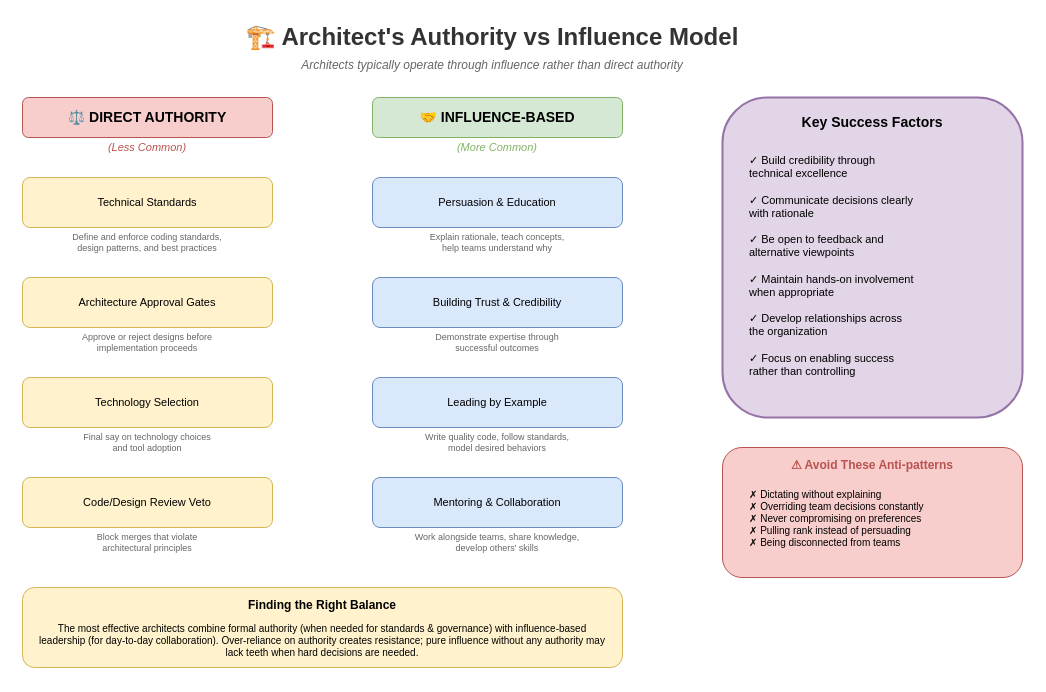
Above: lesson-00-software-architect-overview/02-organizational-positioning/2.6-authority-vs-influence.drawio in MrParkerZ7/document-lesson-software-architect-x-claude (draw.io), before the change. Source tidied: cells renumbered, new cells numbered last; positions are measured from the earlier drawing's top-left corner, leaving out a move shared by most shapes. Both pictures are drawn from the tidied source at 100%, with x=0, y=0 at pixel (22, 17).
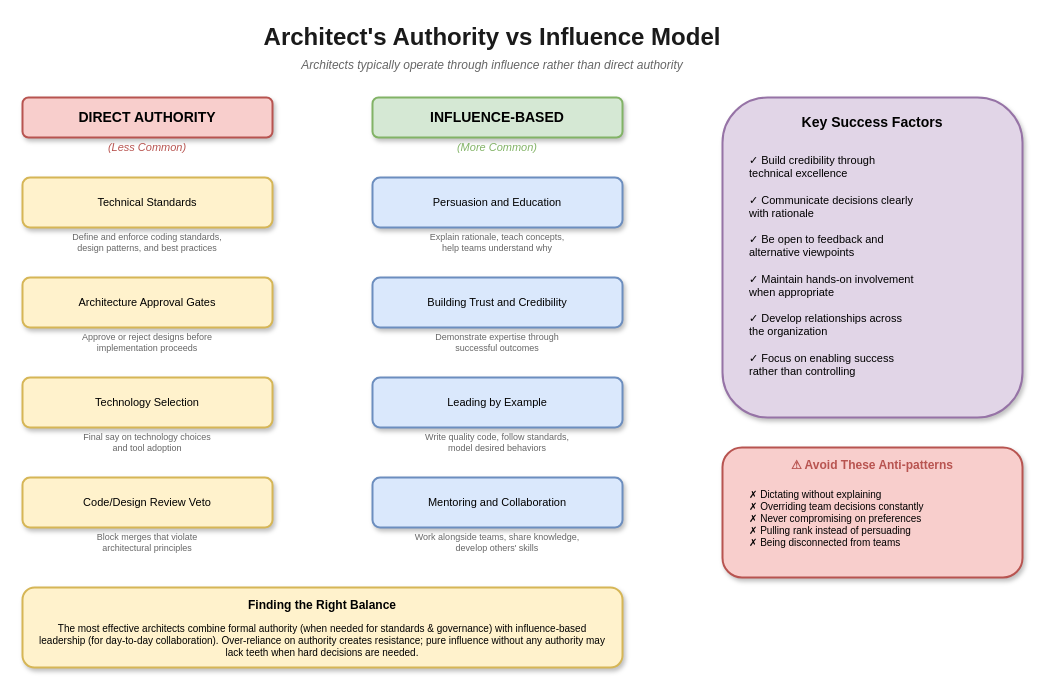
The same page after the edit.

Diff of the diagram source:
```diff
@@
-    <mxCell id="2" value="🏗️ Architect's Authority vs Influence Model" style="text;html=1;strokeColor=none;fillColor=none;align=center;verticalAlign=middle;whiteSpace=wrap;rounded=0;fontSize=24;fontStyle=1;fontColor=#333333;" parent="1" vertex="1">
+    <mxCell id="2" value="Architect's Authority vs Influence Model" style="text;html=1;strokeColor=none;fillColor=none;align=center;verticalAlign=middle;whiteSpace=wrap;rounded=0;fontSize=24;fontStyle=1;fontColor=#1a1a1a;" parent="1" vertex="1">
       <mxGeometry x="220" width="500" height="40" as="geometry" />
     </mxCell>
@@
-    <mxCell id="4" value="⚖️ DIRECT AUTHORITY" style="rounded=1;whiteSpace=wrap;html=1;fillColor=#f8cecc;strokeColor=#b85450;fontSize=14;fontStyle=1;" parent="1" vertex="1">
+    <mxCell id="4" value="DIRECT AUTHORITY" style="rounded=1;whiteSpace=wrap;html=1;fillColor=#f8cecc;strokeColor=#b85450;fontSize=14;fontStyle=1;shadow=1;strokeWidth=2;" parent="1" vertex="1">
       <mxGeometry y="80" width="250" height="40" as="geometry" />
     </mxCell>
@@
-    <mxCell id="6" value="Technical Standards" style="rounded=1;whiteSpace=wrap;html=1;fillColor=#fff2cc;strokeColor=#d6b656;fontSize=11;" parent="1" vertex="1">
+    <mxCell id="6" value="Technical Standards" style="rounded=1;whiteSpace=wrap;html=1;fillColor=#fff2cc;strokeColor=#d6b656;fontSize=11;shadow=1;strokeWidth=2;" parent="1" vertex="1">
       <mxGeometry y="160" width="250" height="50" as="geometry" />
     </mxCell>
@@
-    <mxCell id="8" value="Architecture Approval Gates" style="rounded=1;whiteSpace=wrap;html=1;fillColor=#fff2cc;strokeColor=#d6b656;fontSize=11;" parent="1" vertex="1">
+    <mxCell id="8" value="Architecture Approval Gates" style="rounded=1;whiteSpace=wrap;html=1;fillColor=#fff2cc;strokeColor=#d6b656;fontSize=11;shadow=1;strokeWidth=2;" parent="1" vertex="1">
       <mxGeometry y="260" width="250" height="50" as="geometry" />
     </mxCell>
@@
-    <mxCell id="10" value="Technology Selection" style="rounded=1;whiteSpace=wrap;html=1;fillColor=#fff2cc;strokeColor=#d6b656;fontSize=11;" parent="1" vertex="1">
+    <mxCell id="10" value="Technology Selection" style="rounded=1;whiteSpace=wrap;html=1;fillColor=#fff2cc;strokeColor=#d6b656;fontSize=11;shadow=1;strokeWidth=2;" parent="1" vertex="1">
       <mxGeometry y="360" width="250" height="50" as="geometry" />
     </mxCell>
@@
-    <mxCell id="12" value="Code/Design Review Veto" style="rounded=1;whiteSpace=wrap;html=1;fillColor=#fff2cc;strokeColor=#d6b656;fontSize=11;" parent="1" vertex="1">
+    <mxCell id="12" value="Code/Design Review Veto" style="rounded=1;whiteSpace=wrap;html=1;fillColor=#fff2cc;strokeColor=#d6b656;fontSize=11;shadow=1;strokeWidth=2;" parent="1" vertex="1">
       <mxGeometry y="460" width="250" height="50" as="geometry" />
     </mxCell>
@@
-    <mxCell id="14" value="🤝 INFLUENCE-BASED" style="rounded=1;whiteSpace=wrap;html=1;fillColor=#d5e8d4;strokeColor=#82b366;fontSize=14;fontStyle=1;" parent="1" vertex="1">
+    <mxCell id="14" value="INFLUENCE-BASED" style="rounded=1;whiteSpace=wrap;html=1;fillColor=#d5e8d4;strokeColor=#82b366;fontSize=14;fontStyle=1;shadow=1;strokeWidth=2;" parent="1" vertex="1">
       <mxGeometry x="350" y="80" width="250" height="40" as="geometry" />
     </mxCell>
@@
-    <mxCell id="16" value="Persuasion &amp; Education" style="rounded=1;whiteSpace=wrap;html=1;fillColor=#dae8fc;strokeColor=#6c8ebf;fontSize=11;" parent="1" vertex="1">
+    <mxCell id="16" value="Persuasion and Education" style="rounded=1;whiteSpace=wrap;html=1;fillColor=#dae8fc;strokeColor=#6c8ebf;fontSize=11;shadow=1;strokeWidth=2;" parent="1" vertex="1">
       <mxGeometry x="350" y="160" width="250" height="50" as="geometry" />
     </mxCell>
@@
-    <mxCell id="18" value="Building Trust &amp; Credibility" style="rounded=1;whiteSpace=wrap;html=1;fillColor=#dae8fc;strokeColor=#6c8ebf;fontSize=11;" parent="1" vertex="1">
+    <mxCell id="18" value="Building Trust and Credibility" style="rounded=1;whiteSpace=wrap;html=1;fillColor=#dae8fc;strokeColor=#6c8ebf;fontSize=11;shadow=1;strokeWidth=2;" parent="1" vertex="1">
       <mxGeometry x="350" y="260" width="250" height="50" as="geometry" />
     </mxCell>
@@
-    <mxCell id="20" value="Leading by Example" style="rounded=1;whiteSpace=wrap;html=1;fillColor=#dae8fc;strokeColor=#6c8ebf;fontSize=11;" parent="1" vertex="1">
+    <mxCell id="20" value="Leading by Example" style="rounded=1;whiteSpace=wrap;html=1;fillColor=#dae8fc;strokeColor=#6c8ebf;fontSize=11;shadow=1;strokeWidth=2;" parent="1" vertex="1">
       <mxGeometry x="350" y="360" width="250" height="50" as="geometry" />
     </mxCell>
@@
-    <mxCell id="22" value="Mentoring &amp; Collaboration" style="rounded=1;whiteSpace=wrap;html=1;fillColor=#dae8fc;strokeColor=#6c8ebf;fontSize=11;" parent="1" vertex="1">
+    <mxCell id="22" value="Mentoring and Collaboration" style="rounded=1;whiteSpace=wrap;html=1;fillColor=#dae8fc;strokeColor=#6c8ebf;fontSize=11;shadow=1;strokeWidth=2;" parent="1" vertex="1">
       <mxGeometry x="350" y="460" width="250" height="50" as="geometry" />
     </mxCell>
@@
-    <mxCell id="24" style="rounded=1;whiteSpace=wrap;html=1;fillColor=#e1d5e7;strokeColor=#9673a6;strokeWidth=2;" parent="1" vertex="1">
+    <mxCell id="24" style="rounded=1;whiteSpace=wrap;html=1;fillColor=#e1d5e7;strokeColor=#9673a6;strokeWidth=2;shadow=1;" parent="1" vertex="1">
       <mxGeometry x="700" y="80" width="300" height="320" as="geometry" />
     </mxCell>
@@
-    <mxCell id="27" style="rounded=1;whiteSpace=wrap;html=1;fillColor=#fff2cc;strokeColor=#d6b656;strokeWidth=1;" parent="1" vertex="1">
+    <mxCell id="27" style="rounded=1;whiteSpace=wrap;html=1;fillColor=#fff2cc;strokeColor=#d6b656;strokeWidth=2;shadow=1;" parent="1" vertex="1">
       <mxGeometry y="570" width="600" height="80" as="geometry" />
     </mxCell>
@@
-    <mxCell id="30" style="rounded=1;whiteSpace=wrap;html=1;fillColor=#f8cecc;strokeColor=#b85450;strokeWidth=1;" parent="1" vertex="1">
+    <mxCell id="30" style="rounded=1;whiteSpace=wrap;html=1;fillColor=#f8cecc;strokeColor=#b85450;strokeWidth=2;shadow=1;" parent="1" vertex="1">
       <mxGeometry x="700" y="430" width="300" height="130" as="geometry" />
     </mxCell>
```
